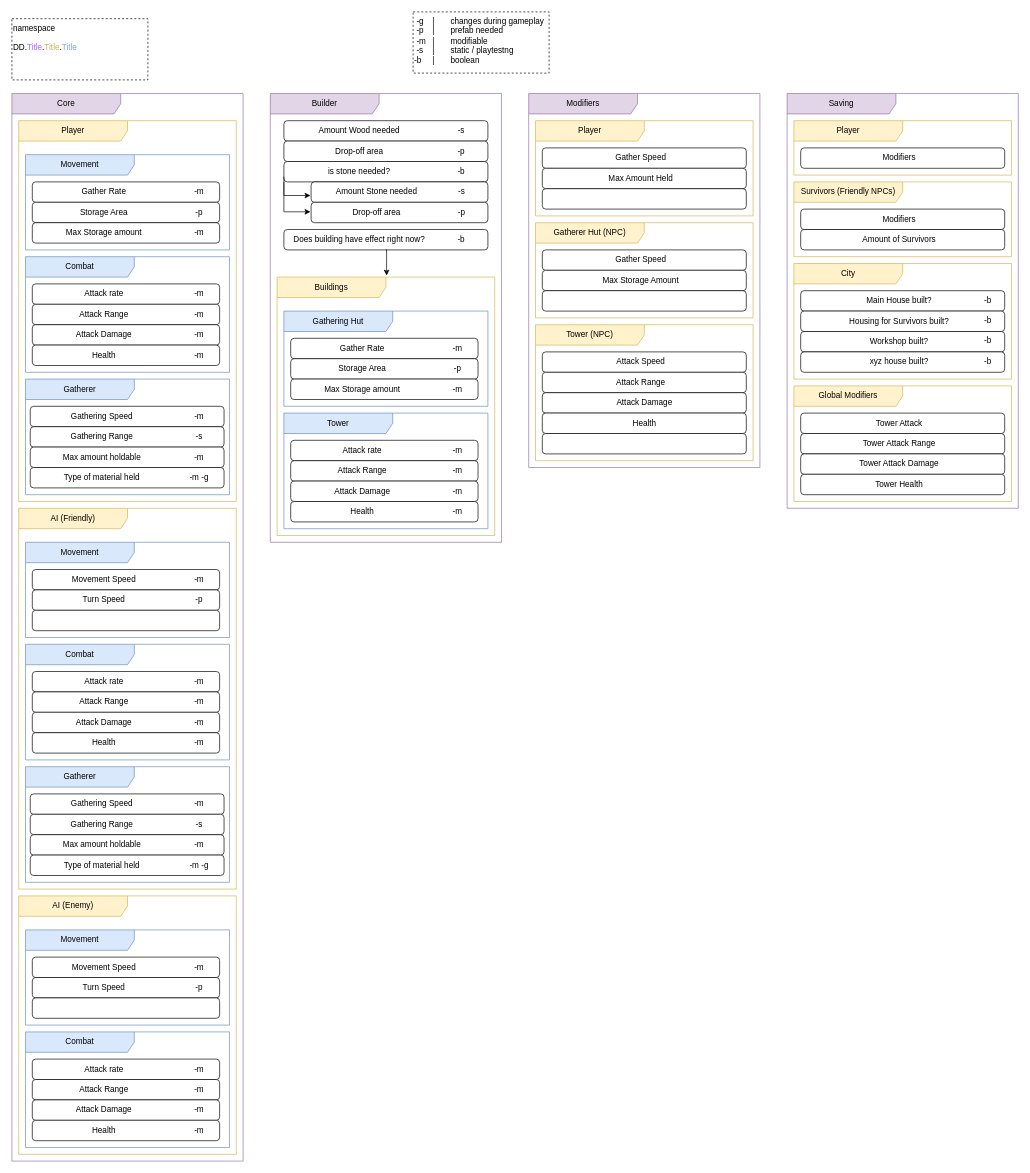
Above: Untitled Diagram.drawio in LacrimaGames/digital-demon-prologue (draw.io), before the change. Source tidied: cells renumbered, new cells numbered last; positions are measured from the earlier drawing's top-left corner, leaving out a move shared by most shapes. Both pictures are drawn from the tidied source at 68%, with x=0, y=0 at pixel (12, 12).
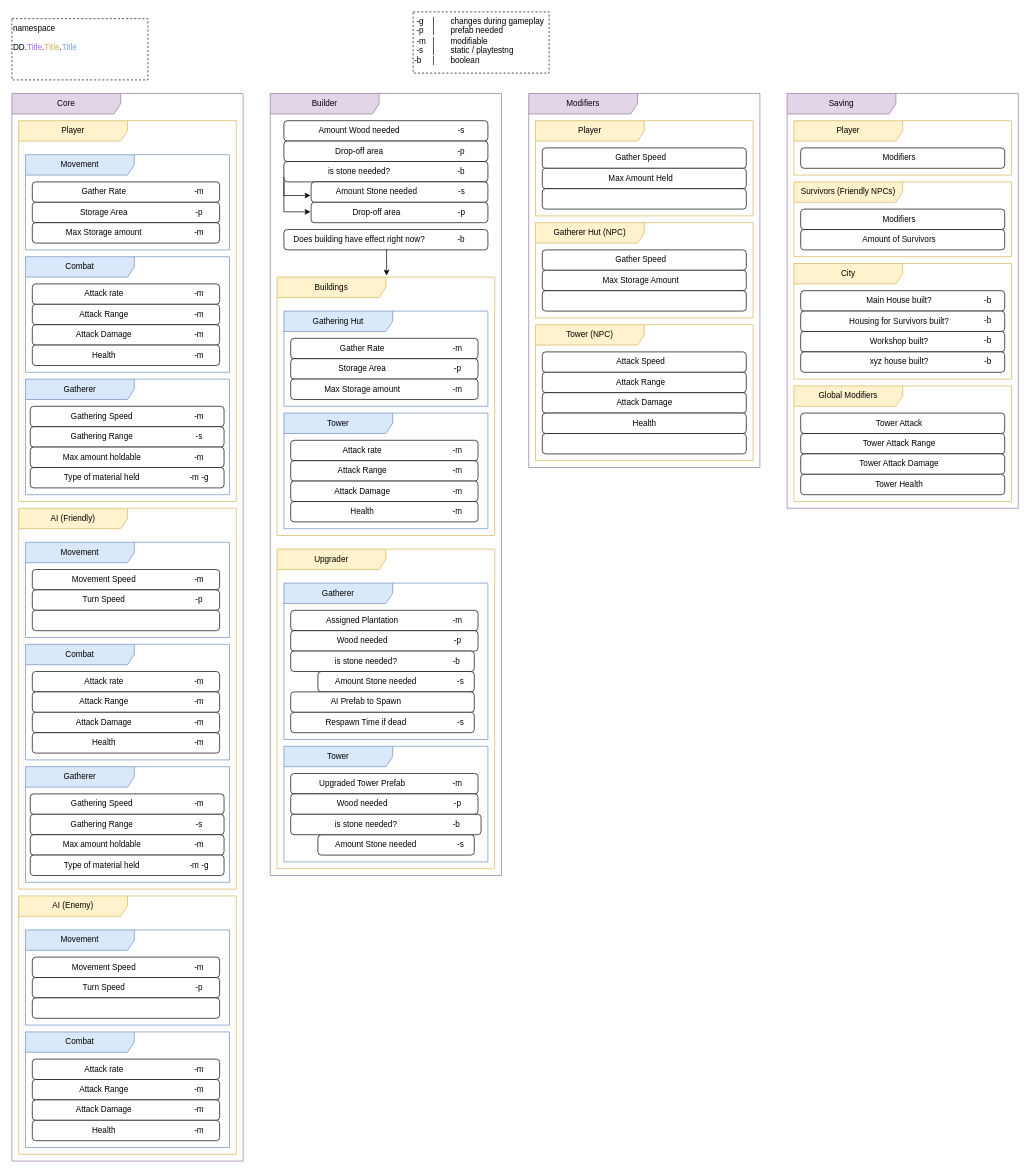
After the change.

What changed in the source:
```diff
@@
     <mxCell id="46" value="Builder" style="shape=umlFrame;whiteSpace=wrap;html=1;width=160;fillColor=#e1d5e7;strokeColor=#9673a6;" parent="1" vertex="1">
-      <mxGeometry x="380" y="120" width="340" height="660" as="geometry" />
+      <mxGeometry x="380" y="120" width="340" height="1150" as="geometry" />
     </mxCell>
@@
+    <mxCell id="308" value="Upgrader" style="shape=umlFrame;whiteSpace=wrap;html=1;width=160;fillColor=#fff2cc;strokeColor=#d6b656;perimeterSpacing=7;" parent="46" vertex="1">
+      <mxGeometry x="10" y="670" width="320" height="470" as="geometry" />
+    </mxCell>
+    <mxCell id="309" style="edgeStyle=orthogonalEdgeStyle;rounded=0;orthogonalLoop=1;jettySize=auto;html=1;exitX=0;exitY=1;exitDx=0;exitDy=0;entryX=-0.005;entryY=0.667;entryDx=0;entryDy=0;entryPerimeter=0;" parent="308" edge="1">
+      <mxGeometry relative="1" as="geometry">
+        <mxPoint x="20" y="130" as="sourcePoint" />
+      </mxGeometry>
+    </mxCell>
+    <mxCell id="310" style="edgeStyle=orthogonalEdgeStyle;rounded=0;orthogonalLoop=1;jettySize=auto;html=1;exitX=0;exitY=0.75;exitDx=0;exitDy=0;entryX=-0.005;entryY=0.467;entryDx=0;entryDy=0;entryPerimeter=0;" parent="308" edge="1">
+      <mxGeometry relative="1" as="geometry">
+        <mxPoint x="20" y="122.5" as="sourcePoint" />
+        <Array as="points">
+          <mxPoint x="20" y="174" />
+        </Array>
+      </mxGeometry>
+    </mxCell>
+    <mxCell id="311" value="Gatherer" style="shape=umlFrame;whiteSpace=wrap;html=1;width=160;fillColor=#dae8fc;strokeColor=#6c8ebf;" parent="308" vertex="1">
+      <mxGeometry x="10" y="50" width="300" height="230" as="geometry" />
+    </mxCell>
+    <mxCell id="312" style="edgeStyle=orthogonalEdgeStyle;rounded=0;orthogonalLoop=1;jettySize=auto;html=1;exitX=0;exitY=1;exitDx=0;exitDy=0;entryX=-0.005;entryY=0.667;entryDx=0;entryDy=0;entryPerimeter=0;" parent="311" edge="1">
+      <mxGeometry relative="1" as="geometry">
+        <mxPoint x="20" y="130" as="sourcePoint" />
+      </mxGeometry>
+    </mxCell>
+    <mxCell id="313" style="edgeStyle=orthogonalEdgeStyle;rounded=0;orthogonalLoop=1;jettySize=auto;html=1;exitX=0;exitY=0.75;exitDx=0;exitDy=0;entryX=-0.005;entryY=0.467;entryDx=0;entryDy=0;entryPerimeter=0;" parent="311" edge="1">
+      <mxGeometry relative="1" as="geometry">
+        <mxPoint x="20" y="122.5" as="sourcePoint" />
+        <Array as="points">
+          <mxPoint x="20" y="174" />
+        </Array>
+      </mxGeometry>
+    </mxCell>
+    <mxCell id="314" style="group;" parent="311" vertex="1">
+      <mxGeometry x="10" y="40" width="285" height="30" as="geometry" />
+    </mxCell>
+    <mxCell id="315" style="rounded=1;absoluteArcSize=1;html=1;arcSize=10;" parent="314" vertex="1">
+      <mxGeometry width="275.5" height="30" as="geometry" />
+    </mxCell>
+    <mxCell id="316" value="Assigned Plantation" style="html=1;shape=mxgraph.er.anchor;whiteSpace=wrap;" parent="314" vertex="1">
+      <mxGeometry width="211.3" height="30" as="geometry" />
+    </mxCell>
+    <mxCell id="317" value="-m" style="rounded=1;absoluteArcSize=1;html=1;arcSize=10;whiteSpace=wrap;strokeColor=inherit;fillColor=inherit;" parent="314" vertex="1">
+      <mxGeometry x="221.4" y="1.5" width="49.1" height="27" as="geometry" />
+    </mxCell>
+    <mxCell id="318" style="group;" parent="311" vertex="1">
+      <mxGeometry x="10" y="70" width="285" height="30" as="geometry" />
+    </mxCell>
+    <mxCell id="319" style="rounded=1;absoluteArcSize=1;html=1;arcSize=10;" parent="318" vertex="1">
+      <mxGeometry width="275.5" height="30" as="geometry" />
+    </mxCell>
+    <mxCell id="320" value="Wood needed" style="html=1;shape=mxgraph.er.anchor;whiteSpace=wrap;" parent="318" vertex="1">
+      <mxGeometry width="211.3" height="30" as="geometry" />
+    </mxCell>
+    <mxCell id="321" value="-p" style="rounded=1;absoluteArcSize=1;html=1;arcSize=10;whiteSpace=wrap;strokeColor=inherit;fillColor=inherit;" parent="318" vertex="1">
+      <mxGeometry x="221.4" y="1.5" width="49.1" height="27" as="geometry" />
+    </mxCell>
+    <mxCell id="322" style="group;" parent="311" vertex="1">
+      <mxGeometry x="10" y="100" width="300" height="30" as="geometry" />
+    </mxCell>
+    <mxCell id="323" style="rounded=1;absoluteArcSize=1;html=1;arcSize=10;" parent="322" vertex="1">
+      <mxGeometry width="270" height="30" as="geometry" />
+    </mxCell>
+    <mxCell id="324" value="is stone needed? " style="html=1;shape=mxgraph.er.anchor;whiteSpace=wrap;" parent="322" vertex="1">
+      <mxGeometry width="222.4" height="30" as="geometry" />
+    </mxCell>
+    <mxCell id="325" value="-b" style="rounded=1;absoluteArcSize=1;html=1;arcSize=10;whiteSpace=wrap;strokeColor=inherit;fillColor=inherit;" parent="322" vertex="1">
+      <mxGeometry x="218.3" y="1.5" width="51.7" height="27" as="geometry" />
+    </mxCell>
+    <mxCell id="326" style="group;" parent="311" vertex="1">
+      <mxGeometry x="50" y="130" width="230" height="30" as="geometry" />
+    </mxCell>
+    <mxCell id="327" style="rounded=1;absoluteArcSize=1;html=1;arcSize=10;" parent="326" vertex="1">
+      <mxGeometry width="230" height="30" as="geometry" />
+    </mxCell>
+    <mxCell id="328" value="Amount Stone needed" style="html=1;shape=mxgraph.er.anchor;whiteSpace=wrap;" parent="326" vertex="1">
+      <mxGeometry width="170.5" height="30" as="geometry" />
+    </mxCell>
+    <mxCell id="329" value="-s" style="rounded=1;absoluteArcSize=1;html=1;arcSize=10;whiteSpace=wrap;strokeColor=inherit;fillColor=inherit;" parent="326" vertex="1">
+      <mxGeometry x="190" y="1.5" width="39.7" height="27" as="geometry" />
+    </mxCell>
+    <mxCell id="330" style="group;" parent="311" vertex="1">
+      <mxGeometry x="10" y="160" width="300" height="30" as="geometry" />
+    </mxCell>
+    <mxCell id="331" style="rounded=1;absoluteArcSize=1;html=1;arcSize=10;" parent="330" vertex="1">
+      <mxGeometry width="270" height="30" as="geometry" />
+    </mxCell>
+    <mxCell id="332" value="AI Prefab to Spawn" style="html=1;shape=mxgraph.er.anchor;whiteSpace=wrap;" parent="330" vertex="1">
+      <mxGeometry width="222.4" height="30" as="geometry" />
+    </mxCell>
+    <mxCell id="333" style="rounded=1;absoluteArcSize=1;html=1;arcSize=10;whiteSpace=wrap;strokeColor=inherit;fillColor=inherit;" parent="330" vertex="1">
+      <mxGeometry x="235.3" y="1.5" width="51.7" height="27" as="geometry" />
+    </mxCell>
+    <mxCell id="334" style="group;" parent="311" vertex="1">
+      <mxGeometry x="10" y="190" width="300" height="30" as="geometry" />
+    </mxCell>
+    <mxCell id="335" style="rounded=1;absoluteArcSize=1;html=1;arcSize=10;" parent="334" vertex="1">
+      <mxGeometry width="270" height="30" as="geometry" />
+    </mxCell>
+    <mxCell id="336" value="Respawn Time if dead" style="html=1;shape=mxgraph.er.anchor;whiteSpace=wrap;" parent="334" vertex="1">
+      <mxGeometry width="222.4" height="30" as="geometry" />
+    </mxCell>
+    <mxCell id="337" style="rounded=1;absoluteArcSize=1;html=1;arcSize=10;whiteSpace=wrap;strokeColor=inherit;fillColor=inherit;" parent="334" vertex="1">
+      <mxGeometry x="235.3" y="1.5" width="51.7" height="27" as="geometry" />
+    </mxCell>
+    <mxCell id="338" value="-s" style="rounded=1;absoluteArcSize=1;html=1;arcSize=10;whiteSpace=wrap;strokeColor=inherit;fillColor=inherit;" parent="334" vertex="1">
+      <mxGeometry x="230.3" y="1.5" width="39.7" height="27" as="geometry" />
+    </mxCell>
+    <mxCell id="339" value="Tower" style="shape=umlFrame;whiteSpace=wrap;html=1;width=160;fillColor=#dae8fc;strokeColor=#6c8ebf;" parent="308" vertex="1">
+      <mxGeometry x="10" y="290" width="300" height="170" as="geometry" />
+    </mxCell>
+    <mxCell id="340" style="edgeStyle=orthogonalEdgeStyle;rounded=0;orthogonalLoop=1;jettySize=auto;html=1;exitX=0;exitY=1;exitDx=0;exitDy=0;entryX=-0.005;entryY=0.667;entryDx=0;entryDy=0;entryPerimeter=0;" parent="339" edge="1">
+      <mxGeometry relative="1" as="geometry">
+        <mxPoint x="20" y="130" as="sourcePoint" />
+      </mxGeometry>
+    </mxCell>
+    <mxCell id="341" style="edgeStyle=orthogonalEdgeStyle;rounded=0;orthogonalLoop=1;jettySize=auto;html=1;exitX=0;exitY=0.75;exitDx=0;exitDy=0;entryX=-0.005;entryY=0.467;entryDx=0;entryDy=0;entryPerimeter=0;" parent="339" edge="1">
+      <mxGeometry relative="1" as="geometry">
+        <mxPoint x="20" y="122.5" as="sourcePoint" />
+        <Array as="points">
+          <mxPoint x="20" y="174" />
+        </Array>
+      </mxGeometry>
+    </mxCell>
+    <mxCell id="342" style="group;" parent="339" vertex="1">
+      <mxGeometry x="10" y="40" width="285" height="30" as="geometry" />
+    </mxCell>
+    <mxCell id="343" style="rounded=1;absoluteArcSize=1;html=1;arcSize=10;" parent="342" vertex="1">
+      <mxGeometry width="275.5" height="30" as="geometry" />
+    </mxCell>
+    <mxCell id="344" value="Upgraded Tower Prefab" style="html=1;shape=mxgraph.er.anchor;whiteSpace=wrap;" parent="342" vertex="1">
+      <mxGeometry width="211.3" height="30" as="geometry" />
+    </mxCell>
+    <mxCell id="345" value="-m" style="rounded=1;absoluteArcSize=1;html=1;arcSize=10;whiteSpace=wrap;strokeColor=inherit;fillColor=inherit;" parent="342" vertex="1">
+      <mxGeometry x="221.4" y="1.5" width="49.1" height="27" as="geometry" />
+    </mxCell>
+    <mxCell id="346" style="group;" parent="339" vertex="1">
+      <mxGeometry x="10" y="70" width="285" height="30" as="geometry" />
+    </mxCell>
+    <mxCell id="347" style="rounded=1;absoluteArcSize=1;html=1;arcSize=10;" parent="346" vertex="1">
+      <mxGeometry width="275.5" height="30" as="geometry" />
+    </mxCell>
+    <mxCell id="348" value="Wood needed" style="html=1;shape=mxgraph.er.anchor;whiteSpace=wrap;" parent="346" vertex="1">
+      <mxGeometry width="211.3" height="30" as="geometry" />
+    </mxCell>
+    <mxCell id="349" value="-p" style="rounded=1;absoluteArcSize=1;html=1;arcSize=10;whiteSpace=wrap;strokeColor=inherit;fillColor=inherit;" parent="346" vertex="1">
+      <mxGeometry x="221.4" y="1.5" width="49.1" height="27" as="geometry" />
+    </mxCell>
+    <mxCell id="350" style="group;" parent="339" vertex="1">
+      <mxGeometry x="50" y="130" width="230" height="30" as="geometry" />
+    </mxCell>
+    <mxCell id="351" style="rounded=1;absoluteArcSize=1;html=1;arcSize=10;" parent="350" vertex="1">
+      <mxGeometry width="230" height="30" as="geometry" />
+    </mxCell>
+    <mxCell id="352" value="Amount Stone needed" style="html=1;shape=mxgraph.er.anchor;whiteSpace=wrap;" parent="350" vertex="1">
+      <mxGeometry width="170.5" height="30" as="geometry" />
+    </mxCell>
+    <mxCell id="353" value="-s" style="rounded=1;absoluteArcSize=1;html=1;arcSize=10;whiteSpace=wrap;strokeColor=inherit;fillColor=inherit;" parent="350" vertex="1">
+      <mxGeometry x="190" y="1.5" width="39.7" height="27" as="geometry" />
+    </mxCell>
+    <mxCell id="354" style="group;" parent="339" vertex="1">
+      <mxGeometry x="10" y="100" width="300" height="30" as="geometry" />
+    </mxCell>
+    <mxCell id="355" style="rounded=1;absoluteArcSize=1;html=1;arcSize=10;" parent="354" vertex="1">
+      <mxGeometry width="280" height="30" as="geometry" />
+    </mxCell>
+    <mxCell id="356" value="is stone needed? " style="html=1;shape=mxgraph.er.anchor;whiteSpace=wrap;" parent="354" vertex="1">
+      <mxGeometry width="222.4" height="30" as="geometry" />
+    </mxCell>
+    <mxCell id="357" value="-b" style="rounded=1;absoluteArcSize=1;html=1;arcSize=10;whiteSpace=wrap;strokeColor=inherit;fillColor=inherit;" parent="354" vertex="1">
+      <mxGeometry x="218.3" y="1.5" width="51.7" height="27" as="geometry" />
+    </mxCell>
```
